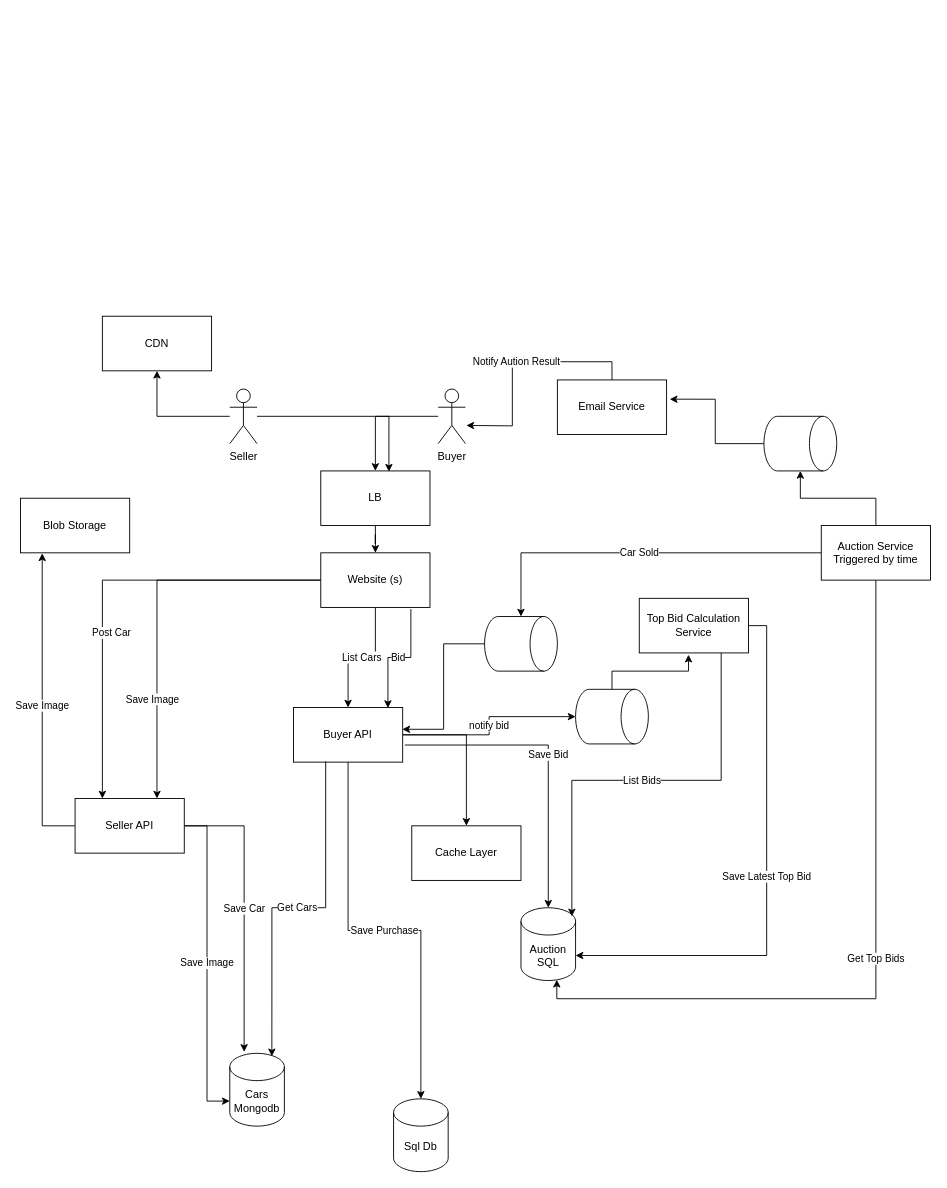
The draw.io diagram car-auction.drawio in leilabadi/diagrams, before the edit. Source tidied: cells renumbered, new cells numbered last; positions are measured from the earlier drawing's top-left corner, leaving out a move shared by most shapes. Both pictures are drawn from the tidied source at 91%, with x=0, y=0 at pixel (20, 316).
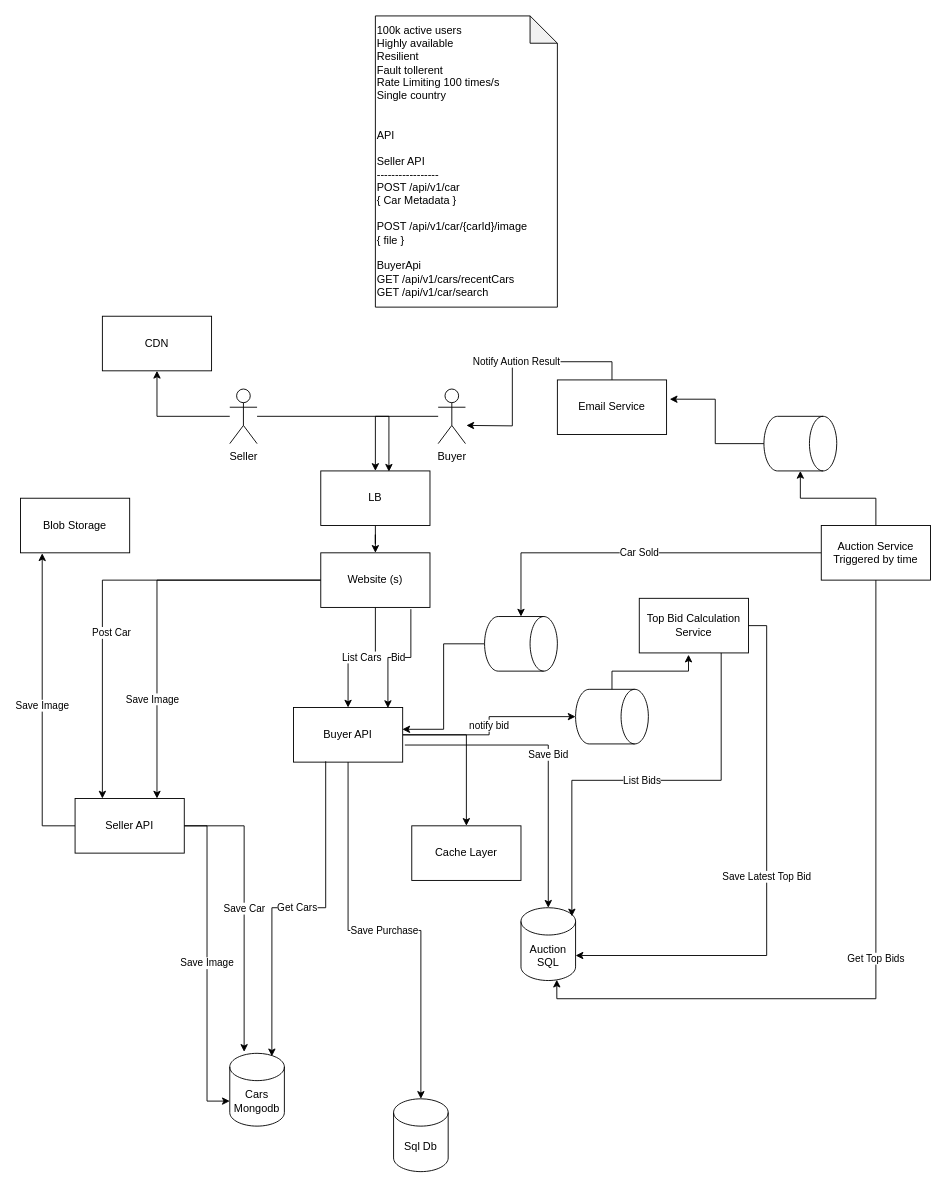
After the change.

The edit, as a diff of the source:
```diff
@@
+    <mxCell id="45" value="&lt;div&gt;100k active users&lt;/div&gt;&lt;div&gt;Highly available&lt;/div&gt;&lt;div&gt;Resilient&lt;/div&gt;&lt;div&gt;Fault tollerent&lt;/div&gt;&lt;div&gt;Rate Limiting 100 times/s&lt;/div&gt;&lt;div&gt;Single country&lt;/div&gt;&lt;div&gt;&lt;br&gt;&lt;/div&gt;&lt;div&gt;&lt;br&gt;&lt;/div&gt;&lt;div&gt;API&lt;/div&gt;&lt;div&gt;&lt;br&gt;&lt;/div&gt;&lt;div&gt;Seller API&lt;/div&gt;&lt;div&gt;-----------------&lt;/div&gt;&lt;div&gt;POST /api/v1/car&lt;/div&gt;&lt;div&gt;{ Car Metadata }&lt;/div&gt;&lt;div&gt;&lt;br&gt;&lt;/div&gt;&lt;div&gt;POST /api/v1/car/{carId}/image&lt;/div&gt;&lt;div&gt;{ file }&lt;/div&gt;&lt;div&gt;&lt;br&gt;&lt;/div&gt;&lt;div&gt;BuyerApi&lt;/div&gt;&lt;div&gt;GET /api/v1/cars/recentCars&lt;/div&gt;&lt;div style=&quot;&quot;&gt;GET /api/v1/car/search&lt;/div&gt;" style="shape=note;whiteSpace=wrap;html=1;backgroundOutline=1;darkOpacity=0.05;align=left;" parent="1" vertex="1">
+      <mxGeometry x="390" y="-330" width="200" height="320" as="geometry" />
+    </mxCell>
```
